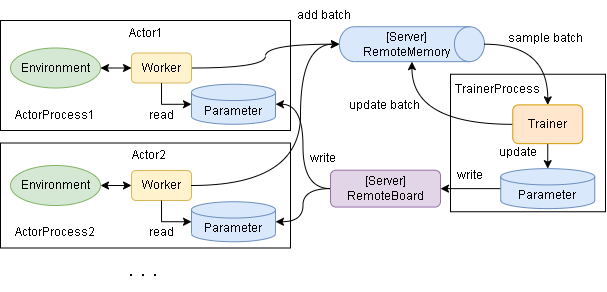
pocokhc/simple_distributed_rl keeps this draw.io diagram as diagrams/overview-distributed.drawio.png. Above is the earlier version. Source tidied: cells renumbered, new cells last; positions are measured from the earlier drawing's top-left corner, leaving out a move shared by most shapes.
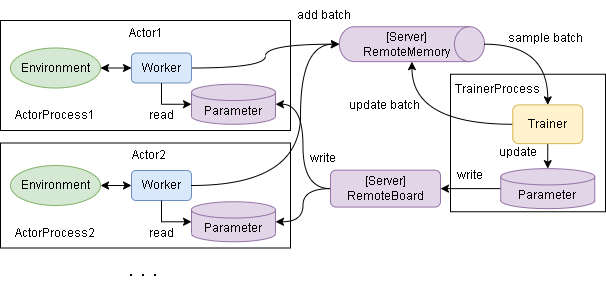
The same diagram one commit later.

The edit, as a diff of the source:
```diff
@@ -20,19 +20,19 @@
     <mxCell id="7" style="edgeStyle=orthogonalEdgeStyle;rounded=0;jettySize=auto;html=1;curved=1;" parent="1" edge="1" source="8" target="12">
       <mxGeometry relative="1" as="geometry" />
     </mxCell>
-    <mxCell id="8" value="Trainer" style="rounded=1;whiteSpace=wrap;html=1;fillColor=#ffe6cc;strokeColor=#d79b00;" parent="1" vertex="1">
+    <mxCell id="8" value="Trainer" style="rounded=1;whiteSpace=wrap;html=1;fillColor=#fff2cc;strokeColor=#d6b656;" parent="1" vertex="1">
       <mxGeometry x="512.2" y="133.4" width="70" height="38.8" as="geometry" />
     </mxCell>
     <mxCell id="9" style="edgeStyle=orthogonalEdgeStyle;curved=1;rounded=0;jettySize=auto;html=1;exitX=1;exitY=0.5;exitDx=0;exitDy=0;entryX=0.5;entryY=1;entryDx=0;entryDy=0;entryPerimeter=0;" parent="1" edge="1" source="10" target="12">
       <mxGeometry relative="1" as="geometry" />
     </mxCell>
-    <mxCell id="10" value="Worker" style="rounded=1;whiteSpace=wrap;html=1;fillColor=#fff2cc;strokeColor=#d6b656;" parent="1" vertex="1">
+    <mxCell id="10" value="Worker" style="rounded=1;whiteSpace=wrap;html=1;fillColor=#dae8fc;strokeColor=#6c8ebf;" parent="1" vertex="1">
       <mxGeometry x="131" y="81.5" width="60" height="30" as="geometry" />
     </mxCell>
     <mxCell id="11" style="group;" parent="1" vertex="1">
       <mxGeometry x="360" y="49" width="105" height="135.1" as="geometry" />
     </mxCell>
-    <mxCell id="12" style="shape=cylinder3;whiteSpace=wrap;html=1;boundedLbl=1;backgroundOutline=1;size=15;rotation=90;fillColor=#dae8fc;strokeColor=#6c8ebf;" parent="11" vertex="1">
+    <mxCell id="12" style="shape=cylinder3;whiteSpace=wrap;html=1;boundedLbl=1;backgroundOutline=1;size=15;rotation=90;fillColor=#e1d5e7;strokeColor=#9673a6;" parent="11" vertex="1">
       <mxGeometry x="34" y="-48.9" width="34.9" height="145.1" as="geometry" />
     </mxCell>
     <mxCell id="13" value="[Server]&lt;br&gt;RemoteMemory" style="text;html=1;strokeColor=none;fillColor=none;align=center;verticalAlign=middle;whiteSpace=wrap;rounded=0;" parent="11" vertex="1">
@@ -53,7 +53,7 @@
     <mxCell id="18" style="rounded=0;jettySize=auto;html=1;exitX=0;exitY=0.5;exitDx=0;exitDy=0;exitPerimeter=0;startArrow=none;startFill=0;entryX=1;entryY=0.5;entryDx=0;entryDy=0;" parent="1" edge="1" source="19" target="20">
       <mxGeometry relative="1" as="geometry" />
     </mxCell>
-    <mxCell id="19" value="Parameter" style="shape=cylinder3;whiteSpace=wrap;html=1;boundedLbl=1;backgroundOutline=1;size=8.142857142857167;fillColor=#dae8fc;strokeColor=#6c8ebf;" parent="1" vertex="1">
+    <mxCell id="19" value="Parameter" style="shape=cylinder3;whiteSpace=wrap;html=1;boundedLbl=1;backgroundOutline=1;size=8.142857142857167;fillColor=#e1d5e7;strokeColor=#9673a6;" parent="1" vertex="1">
       <mxGeometry x="500.2" y="197.1" width="94" height="40" as="geometry" />
     </mxCell>
     <mxCell id="20" value="[Server]&lt;br&gt;RemoteBoard" style="rounded=1;whiteSpace=wrap;html=1;fillColor=#e1d5e7;strokeColor=#9673a6;" parent="1" vertex="1">
@@ -71,7 +71,7 @@
     <mxCell id="24" style="edgeStyle=orthogonalEdgeStyle;rounded=0;jettySize=auto;html=1;exitX=0;exitY=0.5;exitDx=0;exitDy=0;exitPerimeter=0;entryX=0.5;entryY=1;entryDx=0;entryDy=0;startArrow=classic;startFill=1;endArrow=none;endFill=0;" parent="1" edge="1" source="25" target="10">
       <mxGeometry relative="1" as="geometry" />
     </mxCell>
-    <mxCell id="25" value="Parameter" style="shape=cylinder3;whiteSpace=wrap;html=1;boundedLbl=1;backgroundOutline=1;size=8.142857142857167;fillColor=#dae8fc;strokeColor=#6c8ebf;" parent="1" vertex="1">
+    <mxCell id="25" value="Parameter" style="shape=cylinder3;whiteSpace=wrap;html=1;boundedLbl=1;backgroundOutline=1;size=8.142857142857167;fillColor=#e1d5e7;strokeColor=#9673a6;" parent="1" vertex="1">
       <mxGeometry x="191" y="112.8" width="84" height="40" as="geometry" />
     </mxCell>
     <mxCell id="26" style="rounded=0;whiteSpace=wrap;html=1;" parent="1" vertex="1">
@@ -83,7 +83,7 @@
     <mxCell id="28" value="Environment" style="ellipse;whiteSpace=wrap;html=1;fillColor=#d5e8d4;strokeColor=#82b366;" parent="1" vertex="1">
       <mxGeometry x="10" y="194" width="90" height="40" as="geometry" />
     </mxCell>
-    <mxCell id="29" value="Worker" style="rounded=1;whiteSpace=wrap;html=1;fillColor=#fff2cc;strokeColor=#d6b656;" parent="1" vertex="1">
+    <mxCell id="29" value="Worker" style="rounded=1;whiteSpace=wrap;html=1;fillColor=#dae8fc;strokeColor=#6c8ebf;" parent="1" vertex="1">
       <mxGeometry x="131" y="199" width="60" height="30" as="geometry" />
     </mxCell>
     <mxCell id="30" value="add batch" style="text;html=1;strokeColor=none;fillColor=none;align=center;verticalAlign=middle;whiteSpace=wrap;rounded=0;" parent="1" vertex="1">
@@ -95,7 +95,7 @@
     <mxCell id="32" style="edgeStyle=orthogonalEdgeStyle;rounded=0;jettySize=auto;html=1;exitX=0;exitY=0.5;exitDx=0;exitDy=0;exitPerimeter=0;entryX=0.5;entryY=1;entryDx=0;entryDy=0;startArrow=classic;startFill=1;endArrow=none;endFill=0;" parent="1" edge="1" source="33" target="29">
       <mxGeometry relative="1" as="geometry" />
     </mxCell>
-    <mxCell id="33" value="Parameter" style="shape=cylinder3;whiteSpace=wrap;html=1;boundedLbl=1;backgroundOutline=1;size=8.142857142857167;fillColor=#dae8fc;strokeColor=#6c8ebf;" parent="1" vertex="1">
+    <mxCell id="33" value="Parameter" style="shape=cylinder3;whiteSpace=wrap;html=1;boundedLbl=1;backgroundOutline=1;size=8.142857142857167;fillColor=#e1d5e7;strokeColor=#9673a6;" parent="1" vertex="1">
       <mxGeometry x="191" y="230.2" width="84" height="40" as="geometry" />
     </mxCell>
     <mxCell id="34" style="edgeStyle=orthogonalEdgeStyle;curved=1;rounded=0;jettySize=auto;html=1;exitX=0;exitY=0.5;exitDx=0;exitDy=0;entryX=1;entryY=0.5;entryDx=0;entryDy=0;entryPerimeter=0;" parent="1" edge="1" source="20" target="33">
@@ -127,7 +127,7 @@
     <mxCell id="41" value="Actor1" style="text;html=1;strokeColor=none;fillColor=none;align=center;verticalAlign=middle;whiteSpace=wrap;rounded=0;" parent="1" vertex="1">
       <mxGeometry x="102.5" y="46.5" width="85" height="30" as="geometry" />
     </mxCell>
-    <mxCell id="42" value="・・・" style="text;html=1;strokeColor=none;fillColor=none;align=center;verticalAlign=middle;whiteSpace=wrap;rounded=0;" parent="1" vertex="1">
+    <mxCell id="42" value="・・・" style="text;html=1;strokeColor=none;fillColor=none;align=center;verticalAlign=middle;whiteSpace=wrap;rounded=0;fontStyle=0;" parent="1" vertex="1">
       <mxGeometry x="100" y="289" width="85" height="30" as="geometry" />
     </mxCell>
   </root>
```
